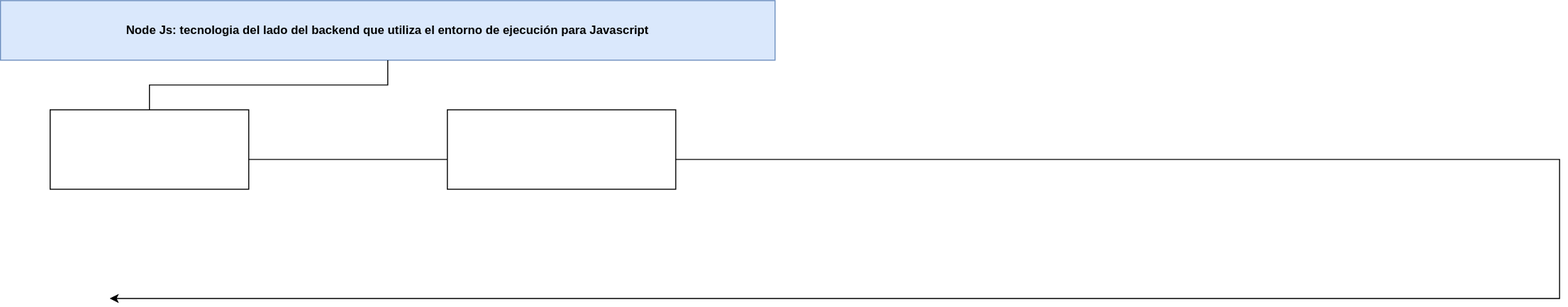
Manuel0311Nan/ExercisesMongoDb keeps this draw.io diagram as Untitled Diagram.drawio.svg. Above is the earlier version. Source tidied: cells renumbered, new cells last; positions are measured from the earlier drawing's top-left corner, leaving out a move shared by most shapes. Source of this version:
```xml
<mxGraphModel>
  <root>
    <mxCell id="0" />
    <mxCell id="1" parent="0" />
    <mxCell id="2" style="edgeStyle=orthogonalEdgeStyle;rounded=0;jettySize=auto;html=1;startArrow=none;" parent="1" edge="1" source="4">
      <mxGeometry relative="1" as="geometry">
        <mxPoint x="110" y="300" as="targetPoint" />
        <Array as="points">
          <mxPoint x="1570" y="160" />
          <mxPoint x="1570" y="300" />
        </Array>
      </mxGeometry>
    </mxCell>
    <mxCell id="3" value="&lt;div align=&quot;left&quot;&gt;&lt;b&gt;Node Js: tecnologia del lado del backend que utiliza el entorno de ejecución para Javascript&lt;/b&gt;&lt;br&gt;&lt;/div&gt;" style="whiteSpace=wrap;html=1;fillColor=#dae8fc;strokeColor=#6c8ebf;" parent="1" vertex="1">
      <mxGeometry width="780" height="60" as="geometry" />
    </mxCell>
    <mxCell id="4" style="whiteSpace=wrap;html=1;rotation=0;" parent="1" vertex="1">
      <mxGeometry x="50" y="110" width="200" height="80" as="geometry" />
    </mxCell>
    <mxCell id="5" style="edgeStyle=orthogonalEdgeStyle;rounded=0;jettySize=auto;html=1;endArrow=none;" parent="1" edge="1" source="3" target="4">
      <mxGeometry relative="1" as="geometry" />
    </mxCell>
    <mxCell id="6" style="whiteSpace=wrap;html=1;" parent="1" vertex="1">
      <mxGeometry x="450" y="110" width="230" height="80" as="geometry" />
    </mxCell>
  </root>
</mxGraphModel>
```
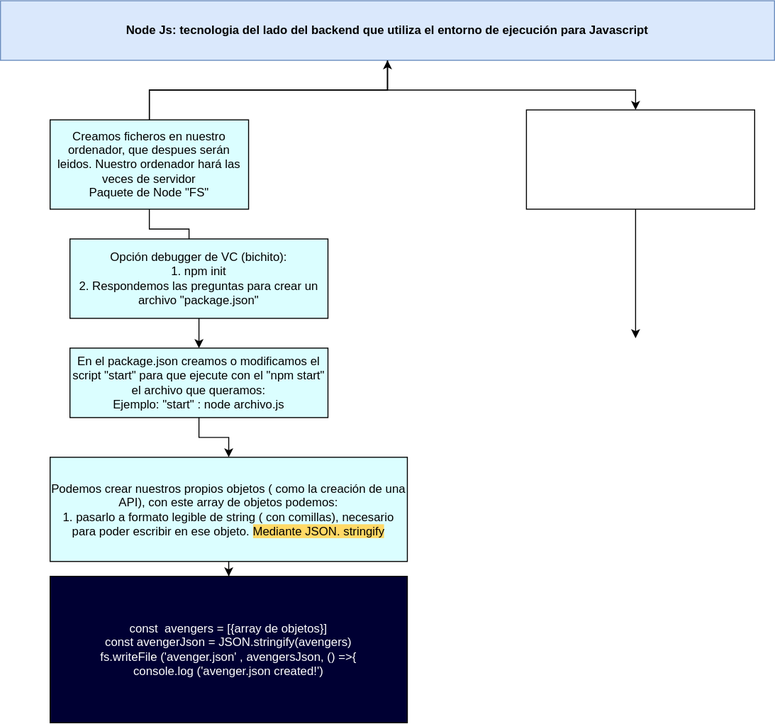
The same diagram one commit later.

Diff of the diagram source:
```diff
@@ -2,26 +2,65 @@
   <root>
     <mxCell id="0" />
     <mxCell id="1" parent="0" />
-    <mxCell id="2" style="edgeStyle=orthogonalEdgeStyle;rounded=0;jettySize=auto;html=1;startArrow=none;" parent="1" edge="1" source="4">
-      <mxGeometry relative="1" as="geometry">
-        <mxPoint x="110" y="300" as="targetPoint" />
-        <Array as="points">
-          <mxPoint x="1570" y="160" />
-          <mxPoint x="1570" y="300" />
-        </Array>
-      </mxGeometry>
-    </mxCell>
+    <mxCell id="7" style="edgeStyle=orthogonalEdgeStyle;rounded=0;jettySize=auto;html=1;" parent="1" edge="1" source="3" target="6">
+      <mxGeometry relative="1" as="geometry">
+        <Array as="points">
+          <mxPoint x="390" y="90" />
+          <mxPoint x="640" y="90" />
+        </Array>
+      </mxGeometry>
+    </mxCell>
     <mxCell id="3" value="&lt;div align=&quot;left&quot;&gt;&lt;b&gt;Node Js: tecnologia del lado del backend que utiliza el entorno de ejecución para Javascript&lt;/b&gt;&lt;br&gt;&lt;/div&gt;" style="whiteSpace=wrap;html=1;fillColor=#dae8fc;strokeColor=#6c8ebf;" parent="1" vertex="1">
       <mxGeometry width="780" height="60" as="geometry" />
     </mxCell>
+    <mxCell id="8" style="edgeStyle=orthogonalEdgeStyle;rounded=0;jettySize=auto;html=1;" parent="1" edge="1" source="4" target="3">
+      <mxGeometry relative="1" as="geometry" />
+    </mxCell>
+    <mxCell id="5" style="edgeStyle=orthogonalEdgeStyle;rounded=0;jettySize=auto;html=1;endArrow=none;" parent="1" edge="1" source="3">
+      <mxGeometry relative="1" as="geometry">
+        <mxPoint x="190" y="270" as="targetPoint" />
+        <Array as="points">
+          <mxPoint x="390" y="90" />
+          <mxPoint x="150" y="90" />
+          <mxPoint x="150" y="230" />
+          <mxPoint x="190" y="230" />
+        </Array>
+      </mxGeometry>
+    </mxCell>
+    <mxCell id="9" style="edgeStyle=orthogonalEdgeStyle;rounded=0;jettySize=auto;html=1;" parent="1" edge="1" source="6">
+      <mxGeometry relative="1" as="geometry">
+        <mxPoint x="640" y="340" as="targetPoint" />
+        <Array as="points">
+          <mxPoint x="640" y="330" />
+        </Array>
+      </mxGeometry>
+    </mxCell>
+    <mxCell id="6" style="whiteSpace=wrap;html=1;" parent="1" vertex="1">
+      <mxGeometry x="530" y="110" width="230" height="100" as="geometry" />
+    </mxCell>
-    <mxCell id="4" style="whiteSpace=wrap;html=1;rotation=0;" parent="1" vertex="1">
-      <mxGeometry x="50" y="110" width="200" height="80" as="geometry" />
+    <mxCell id="4" value="&lt;div&gt;Creamos ficheros en nuestro ordenador, que despues serán leidos. Nuestro ordenador hará las veces de servidor&lt;/div&gt;&lt;div&gt;Paquete de Node &quot;FS&quot;&lt;br&gt;&lt;/div&gt;" style="whiteSpace=wrap;html=1;rotation=0;fillColor=#DBFEFF;" parent="1" vertex="1">
+      <mxGeometry x="50" y="120" width="200" height="90" as="geometry" />
     </mxCell>
-    <mxCell id="5" style="edgeStyle=orthogonalEdgeStyle;rounded=0;jettySize=auto;html=1;endArrow=none;" parent="1" edge="1" source="3" target="4">
-      <mxGeometry relative="1" as="geometry" />
-    </mxCell>
-    <mxCell id="6" style="whiteSpace=wrap;html=1;" parent="1" vertex="1">
-      <mxGeometry x="450" y="110" width="230" height="80" as="geometry" />
-    </mxCell>
+    <mxCell id="10" style="edgeStyle=orthogonalEdgeStyle;rounded=0;jettySize=auto;html=1;" parent="1" edge="1" source="11" target="13">
+      <mxGeometry relative="1" as="geometry" />
+    </mxCell>
+    <mxCell id="11" value="&lt;div&gt;Opción debugger de VC (bichito):&lt;/div&gt;&lt;div&gt;1. npm init&lt;/div&gt;&lt;div&gt;2. Respondemos las preguntas para crear un archivo &quot;package.json&quot; &lt;br&gt;&lt;/div&gt;" style="whiteSpace=wrap;html=1;fillColor=#DBFEFF;" parent="1" vertex="1">
+      <mxGeometry x="70" y="240" width="260" height="80" as="geometry" />
+    </mxCell>
+    <mxCell id="12" style="edgeStyle=orthogonalEdgeStyle;rounded=0;jettySize=auto;html=1;" parent="1" edge="1" source="13" target="15">
+      <mxGeometry relative="1" as="geometry" />
+    </mxCell>
+    <mxCell id="13" value="&lt;div&gt;En el package.json creamos o modificamos el script &quot;start&quot; para que ejecute con el &quot;npm start&quot; el archivo que queramos:&lt;/div&gt;&lt;div&gt;Ejemplo: &quot;start&quot; : node archivo.js&lt;br&gt;&lt;/div&gt;" style="whiteSpace=wrap;html=1;fillColor=#DBFEFF;" parent="1" vertex="1">
+      <mxGeometry x="70" y="350" width="260" height="70" as="geometry" />
+    </mxCell>
+    <mxCell id="14" style="edgeStyle=orthogonalEdgeStyle;rounded=0;jettySize=auto;html=1;" parent="1" edge="1" source="15" target="16">
+      <mxGeometry relative="1" as="geometry" />
+    </mxCell>
+    <mxCell id="15" value="&lt;div&gt;Podemos crear nuestros propios objetos ( como la creación de una API), con este array de objetos podemos:&lt;/div&gt;&lt;div&gt;1. pasarlo a formato legible de string ( con comillas), necesario para poder escribir en ese objeto. &lt;span style=&quot;background-color: rgb(255 , 217 , 102)&quot;&gt;Mediante JSON. stringify&lt;/span&gt;&lt;br&gt; &lt;/div&gt;" style="whiteSpace=wrap;html=1;fillColor=#DBFEFF;" parent="1" vertex="1">
+      <mxGeometry x="50" y="460" width="360" height="105" as="geometry" />
+    </mxCell>
+    <mxCell id="16" value="&lt;div&gt;&lt;font color=&quot;#FFFFFF&quot;&gt;const&amp;nbsp; avengers = [{array de objetos}]&lt;br&gt;&lt;/font&gt;&lt;/div&gt;&lt;div&gt;&lt;font color=&quot;#FFFFFF&quot;&gt;const avengerJson = JSON.stringify(avengers)&lt;/font&gt;&lt;/div&gt;&lt;div&gt;&lt;font color=&quot;#FFFFFF&quot;&gt;fs.writeFile ('avenger.json' , avengersJson, () =&amp;gt;{&lt;/font&gt;&lt;/div&gt;&lt;div&gt;&lt;font color=&quot;#FFFFFF&quot;&gt;console.log ('avenger.json created!')&lt;br&gt;&lt;/font&gt;&lt;/div&gt;" style="whiteSpace=wrap;html=1;fillColor=#000033;" parent="1" vertex="1">
+      <mxGeometry x="50" y="580" width="360" height="147.5" as="geometry" />
+    </mxCell>
   </root>
 </mxGraphModel>
```
